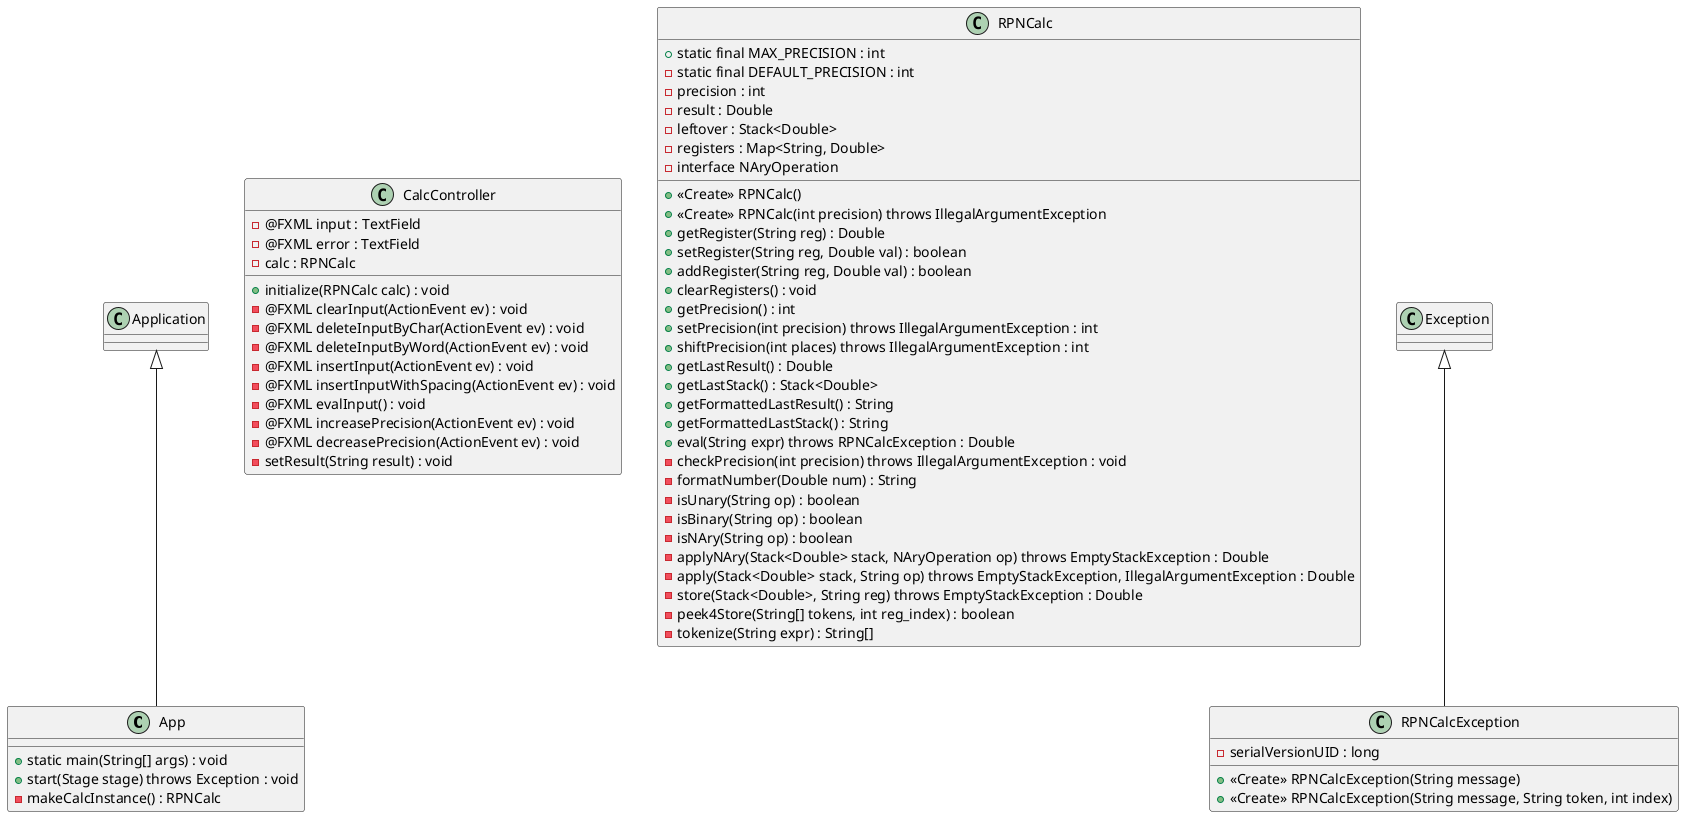
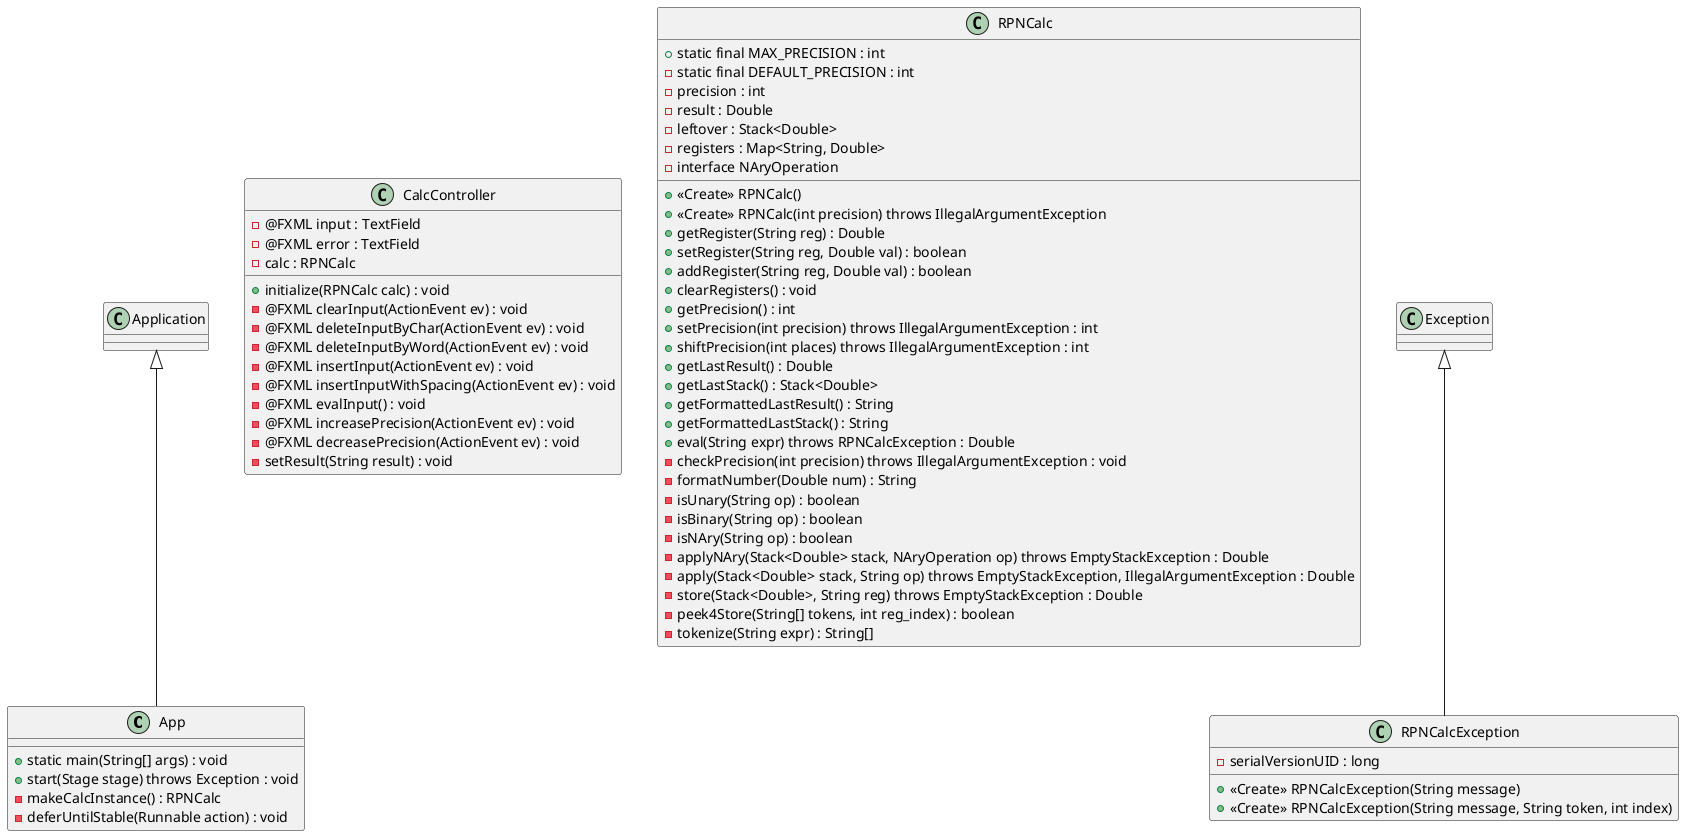
@startuml rpn-calc

class App extends Application {
    + static main(String[] args) : void
    + start(Stage stage) throws Exception : void
    - makeCalcInstance() : RPNCalc
+     - deferUntilStable(Runnable action) : void
}

class CalcController {
    - @FXML input : TextField
    - @FXML error : TextField
    - calc : RPNCalc
    + initialize(RPNCalc calc) : void
    - @FXML clearInput(ActionEvent ev) : void
    - @FXML deleteInputByChar(ActionEvent ev) : void
    - @FXML deleteInputByWord(ActionEvent ev) : void
    - @FXML insertInput(ActionEvent ev) : void
    - @FXML insertInputWithSpacing(ActionEvent ev) : void
    - @FXML evalInput() : void
    - @FXML increasePrecision(ActionEvent ev) : void
    - @FXML decreasePrecision(ActionEvent ev) : void
    - setResult(String result) : void
}

class RPNCalc {
    + static final MAX_PRECISION : int
    - static final DEFAULT_PRECISION : int
    - precision : int
    - result : Double
    - leftover : Stack<Double>
    - registers : Map<String, Double>
    - interface NAryOperation
    + <<Create>> RPNCalc()
    + <<Create>> RPNCalc(int precision) throws IllegalArgumentException
    + getRegister(String reg) : Double
    + setRegister(String reg, Double val) : boolean
    + addRegister(String reg, Double val) : boolean
    + clearRegisters() : void
    + getPrecision() : int
    + setPrecision(int precision) throws IllegalArgumentException : int
    + shiftPrecision(int places) throws IllegalArgumentException : int
    + getLastResult() : Double
    + getLastStack() : Stack<Double>
    + getFormattedLastResult() : String
    + getFormattedLastStack() : String
    + eval(String expr) throws RPNCalcException : Double
    - checkPrecision(int precision) throws IllegalArgumentException : void
    - formatNumber(Double num) : String
    - isUnary(String op) : boolean
    - isBinary(String op) : boolean
    - isNAry(String op) : boolean
    - applyNAry(Stack<Double> stack, NAryOperation op) throws EmptyStackException : Double
    - apply(Stack<Double> stack, String op) throws EmptyStackException, IllegalArgumentException : Double
    - store(Stack<Double>, String reg) throws EmptyStackException : Double
    - peek4Store(String[] tokens, int reg_index) : boolean
    - tokenize(String expr) : String[]
}

class RPNCalcException extends Exception {
    - serialVersionUID : long
    + <<Create>> RPNCalcException(String message)
    + <<Create>> RPNCalcException(String message, String token, int index)
}

@enduml
